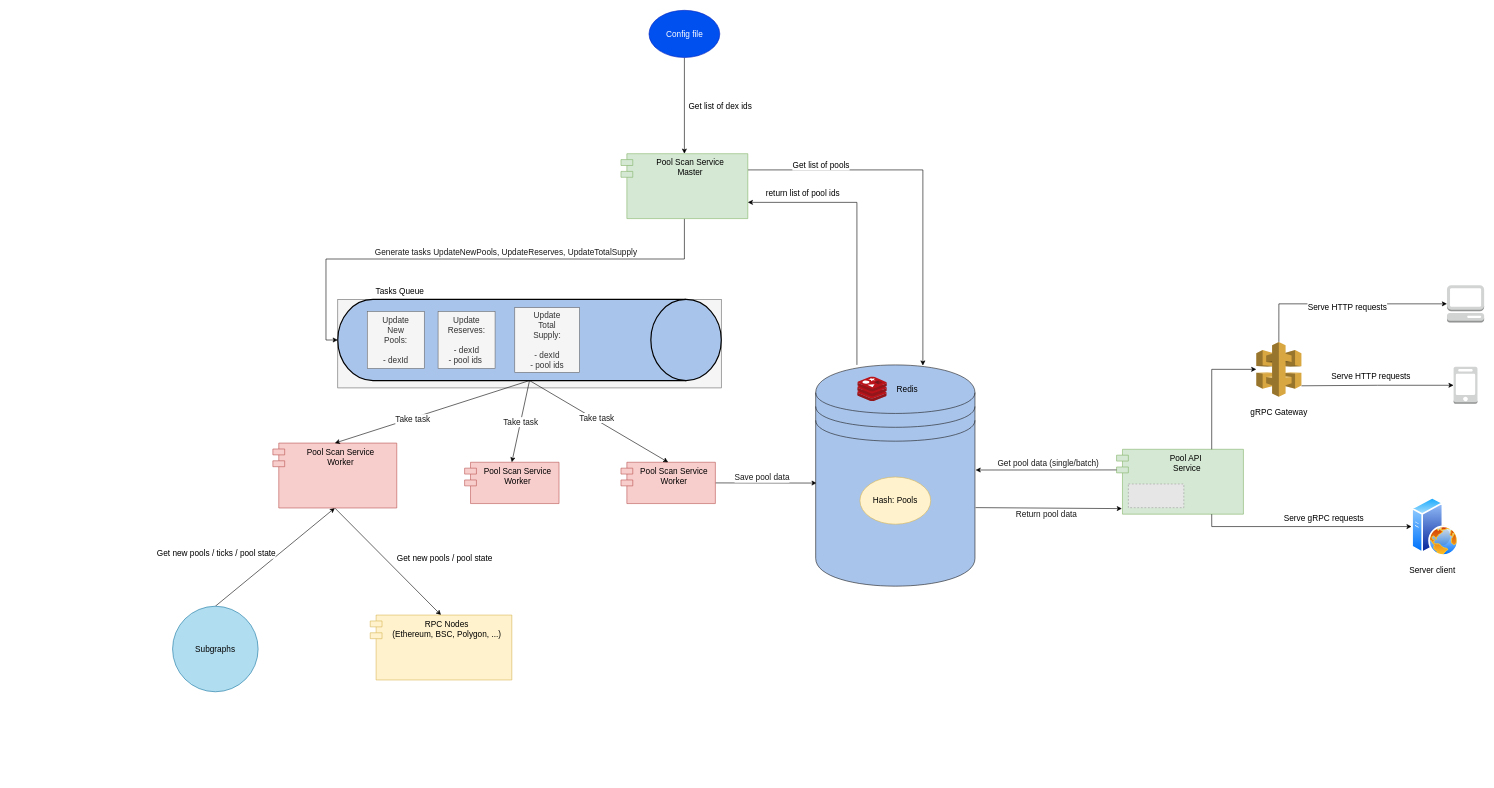
Before: Pool service diagram.drawio in piavgh/draw.io-data, a draw.io diagram. Source tidied: cells renumbered, new cells numbered last; positions are measured from the earlier drawing's top-left corner, leaving out a move shared by most shapes. Both pictures are drawn from the tidied source at 59%, with x=0, y=0 at pixel (172, 10). Pictures stored in the file or linked from it are replaced by grey dashed boxes.
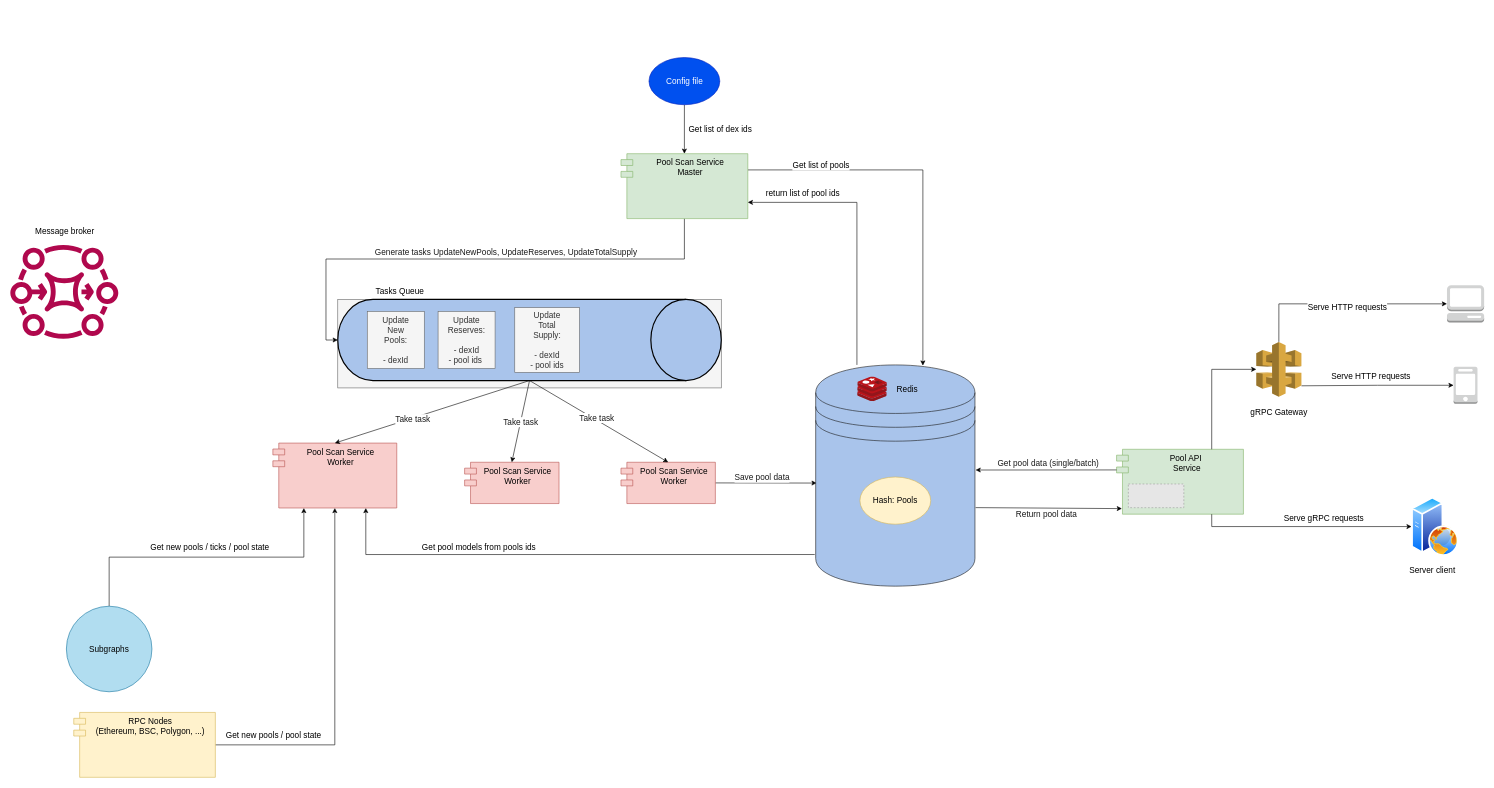
Above is the later version.

The change refers to these unchanged cells:
```xml
<mxCell id="11" value="Pool Scan Service&#10;Worker" style="shape=module;align=left;spacingLeft=20;align=center;verticalAlign=top;fontSize=14;fontStyle=0;fillColor=#f8cecc;strokeColor=#b85450;" parent="1" vertex="1">
  <mxGeometry x="170" y="733.5" width="210" height="110" as="geometry" />
</mxCell>
<mxCell id="57" style="shape=datastore;whiteSpace=wrap;html=1;fontSize=14;fontColor=#1A1A1A;strokeColor=#1A1A1A;fillColor=#A9C4EB;" parent="56" vertex="1">
  <mxGeometry width="270" height="375" as="geometry" />
</mxCell>
```

Change to the diagram source:
```diff
@@
-    <mxCell id="8" style="rounded=0;jettySize=auto;html=1;exitX=0.5;exitY=1;exitDx=0;exitDy=0;entryX=0.5;entryY=0;entryDx=0;entryDy=0;fontSize=14;startArrow=classic;startFill=1;endArrow=none;endFill=0;" parent="1" edge="1" source="11" target="43">
+    <mxCell id="8" style="rounded=0;jettySize=auto;html=1;exitX=0.25;exitY=1;exitDx=0;exitDy=0;entryX=0.5;entryY=0;entryDx=0;entryDy=0;fontSize=14;startArrow=classic;startFill=1;endArrow=none;endFill=0;edgeStyle=orthogonalEdgeStyle;" parent="1" edge="1" source="11" target="43">
       <mxGeometry relative="1" as="geometry" />
     </mxCell>
     <mxCell id="9" value="Get new pools / ticks / pool state" style="edgeLabel;html=1;align=center;verticalAlign=middle;fontSize=14;" parent="8" vertex="1">
       <mxGeometry x="0.35" y="-5" relative="1" as="geometry">
-        <mxPoint x="-62" y="-32" as="offset" />
+        <mxPoint x="92" y="-12" as="offset" />
       </mxGeometry>
     </mxCell>
-    <mxCell id="10" style="edgeStyle=none;rounded=0;jettySize=auto;html=1;exitX=0.5;exitY=1;exitDx=0;exitDy=0;entryX=0.5;entryY=0;entryDx=0;entryDy=0;fontSize=14;" parent="1" edge="1" source="11" target="50">
-      <mxGeometry relative="1" as="geometry" />
+    <mxCell id="10" style="edgeStyle=orthogonalEdgeStyle;rounded=0;jettySize=auto;html=1;exitX=0.5;exitY=1;exitDx=0;exitDy=0;entryX=1;entryY=0.5;entryDx=0;entryDy=0;fontSize=14;startArrow=classic;startFill=1;endArrow=none;endFill=0;" parent="1" edge="1" source="11" target="50">
+      <mxGeometry relative="1" as="geometry">
+        <Array as="points">
+          <mxPoint x="275" y="1245" />
+        </Array>
+      </mxGeometry>
     </mxCell>
+    <mxCell id="62" style="edgeStyle=orthogonalEdgeStyle;rounded=0;jettySize=auto;html=1;exitX=0.75;exitY=1;exitDx=0;exitDy=0;fontSize=14;startArrow=classic;startFill=1;endArrow=none;endFill=0;entryX=-0.006;entryY=0.857;entryDx=0;entryDy=0;entryPerimeter=0;" parent="1" edge="1" source="11" target="57">
+      <mxGeometry relative="1" as="geometry">
+        <Array as="points">
+          <mxPoint x="328" y="922" />
+        </Array>
+      </mxGeometry>
+    </mxCell>
+    <mxCell id="63" value="Get pool models from pools ids" style="edgeLabel;html=1;align=center;verticalAlign=middle;fontSize=14;" parent="62" vertex="1">
+      <mxGeometry x="-0.46" y="-1" relative="1" as="geometry">
+        <mxPoint x="43" y="-13" as="offset" />
+      </mxGeometry>
+    </mxCell>
@@
     <mxCell id="43" value="Subgraphs" style="ellipse;whiteSpace=wrap;html=1;fontSize=14;fillColor=#b1ddf0;strokeColor=#10739e;" parent="1" vertex="1">
-      <mxGeometry y="1010" width="145" height="145" as="geometry" />
+      <mxGeometry x="-180" y="1010" width="145" height="145" as="geometry" />
     </mxCell>
@@
     <mxCell id="50" value="RPC Nodes&#10;(Ethereum, BSC, Polygon, ...)" style="shape=module;align=left;spacingLeft=20;align=center;verticalAlign=top;fontSize=14;fontStyle=0;fillColor=#fff2cc;strokeColor=#d6b656;" parent="1" vertex="1">
-      <mxGeometry x="335" y="1025" width="240" height="110" as="geometry" />
+      <mxGeometry x="-167.5" y="1190" width="240" height="110" as="geometry" />
     </mxCell>
@@
     <mxCell id="55" value="Config file" style="ellipse;whiteSpace=wrap;html=1;fontSize=14;fillColor=#0050ef;fontColor=#ffffff;strokeColor=#001DBC;" parent="1" vertex="1">
-      <mxGeometry x="807.5" width="120" height="80" as="geometry" />
+      <mxGeometry x="807.5" y="80" width="120" height="80" as="geometry" />
     </mxCell>
-    <mxCell id="56" style="group;" parent="1" vertex="1">
+    <mxCell id="56" style="group;fontSize=14;" parent="1" vertex="1">
       <mxGeometry x="1090" y="601" width="270" height="375" as="geometry" />
     </mxCell>
@@
     <mxCell id="61" value="Get new pools / pool state" style="edgeLabel;html=1;align=center;verticalAlign=middle;fontSize=14;" parent="1" vertex="1">
-      <mxGeometry x="470" y="930.3" as="geometry">
+      <mxGeometry x="180" y="1230" as="geometry">
         <mxPoint x="-10" y="-2" as="offset" />
       </mxGeometry>
     </mxCell>
+    <mxCell id="64" style="group;fontSize=14;" parent="1" vertex="1">
+      <mxGeometry x="-275" y="364.5" width="183" height="203" as="geometry" />
+    </mxCell>
+    <mxCell id="65" style="sketch=0;fontColor=#232F3E;gradientColor=none;fillColor=#B0084D;strokeColor=none;dashed=0;verticalLabelPosition=bottom;verticalAlign=top;align=center;html=1;fontSize=14;fontStyle=0;shape=mxgraph.aws4.mq_broker;" parent="64" vertex="1">
+      <mxGeometry y="20" width="183" height="183" as="geometry" />
+    </mxCell>
+    <mxCell id="66" value="Message broker" style="text;html=1;align=center;verticalAlign=middle;strokeColor=none;fillColor=none;fontSize=14;" parent="64" vertex="1">
+      <mxGeometry x="31.5" width="120" height="20" as="geometry" />
+    </mxCell>
```
